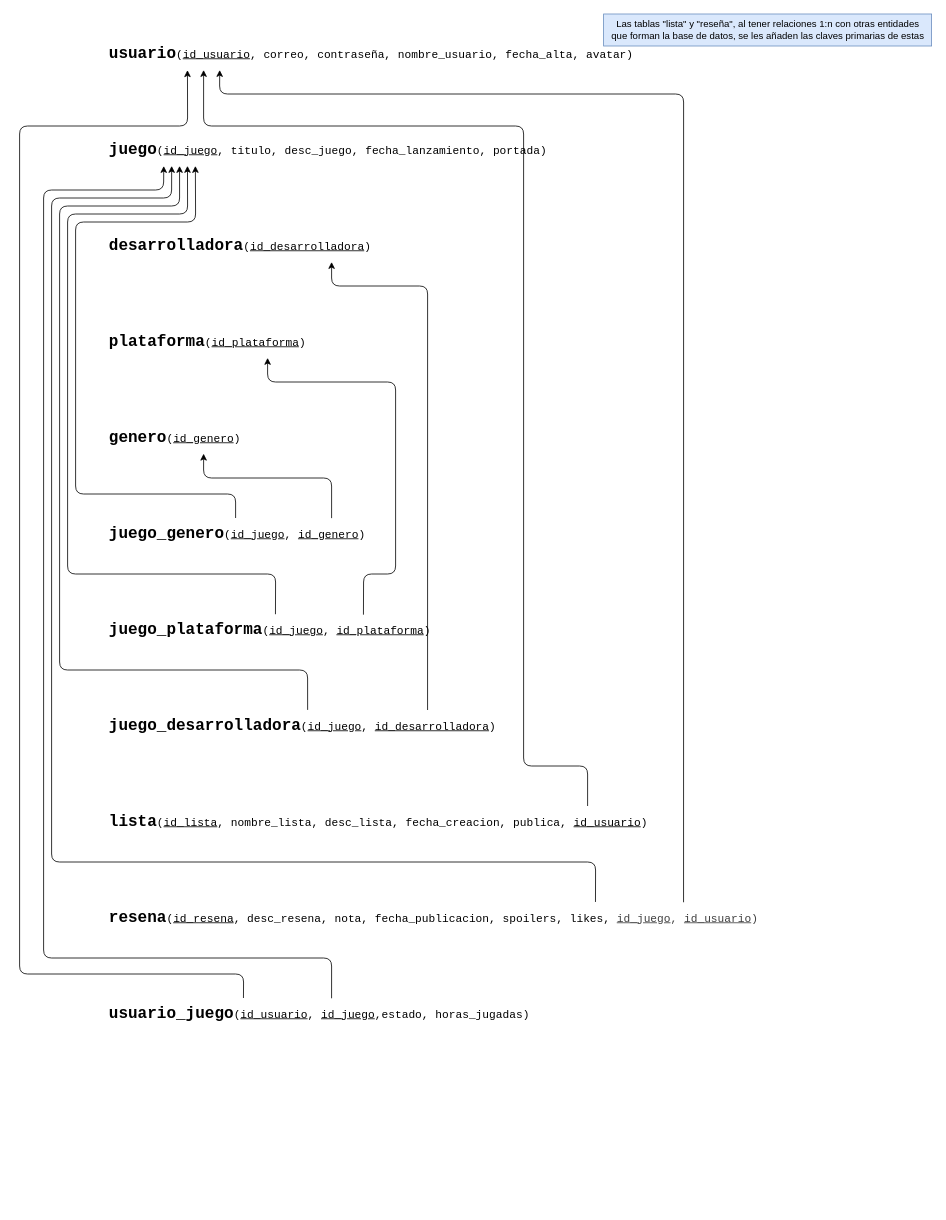
This is docs/tablas.drawio from rodriss11sr/MemoryCard, a draw.io file, before an edit. Source tidied: cells renumbered, new cells numbered last; positions are measured from the earlier drawing's top-left corner, leaving out a move shared by most shapes. Both pictures are drawn from the tidied source at 80%, with x=0, y=0 at pixel (19, 14).
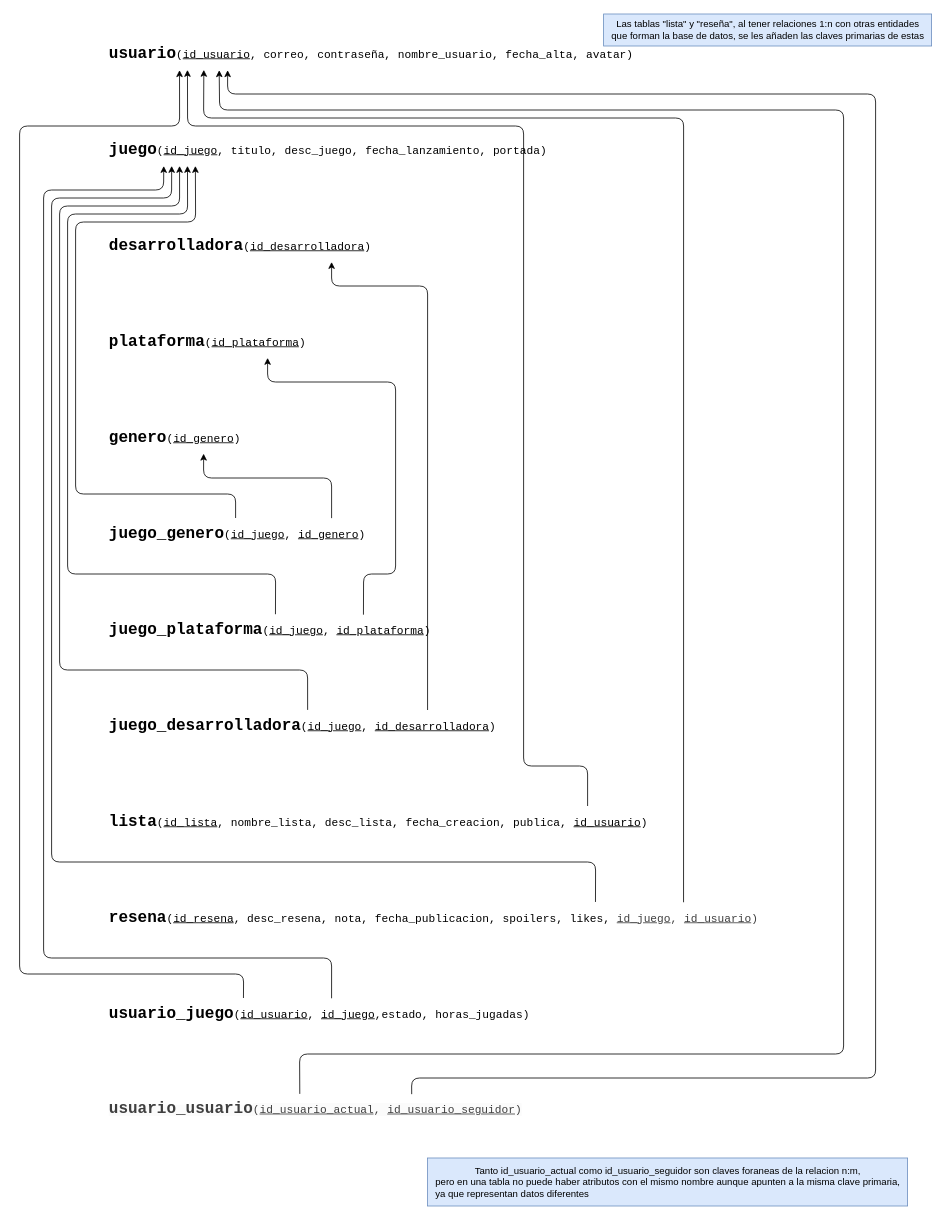
The same page after the edit.

Unchanged cells that the change refers to:
```xml
<mxCell id="2" value="&lt;div style=&quot;font-family: Consolas, &amp;quot;Courier New&amp;quot;, monospace; line-height: 19px; white-space-collapse: preserve;&quot;&gt;&lt;font style=&quot;&quot;&gt;&lt;b style=&quot;&quot;&gt;&lt;font style=&quot;font-size: 20px;&quot;&gt;usuario&lt;/font&gt;&lt;/b&gt;&lt;span style=&quot;font-size: 14px;&quot;&gt;(&lt;/span&gt;&lt;span style=&quot;font-size: 14px;&quot;&gt;&lt;u&gt;id_usuario&lt;/u&gt;&lt;/span&gt;&lt;span style=&quot;font-size: 14px;&quot;&gt;, correo, contraseña, nombre_usuario, fecha_alta, avatar)&lt;/span&gt;&lt;/font&gt;&lt;/div&gt;" style="text;html=1;align=left;verticalAlign=middle;points=[];strokeColor=none;fillColor=none;" parent="1" vertex="1">
  <mxGeometry x="110" y="30" width="620" height="40" as="geometry" />
</mxCell>
<mxCell id="7" value="&lt;div style=&quot;font-family: Consolas, &amp;quot;Courier New&amp;quot;, monospace; line-height: 19px; white-space-collapse: preserve;&quot;&gt;&lt;font style=&quot;&quot;&gt;&lt;b style=&quot;&quot;&gt;&lt;font style=&quot;font-size: 20px;&quot;&gt;resena&lt;/font&gt;&lt;/b&gt;&lt;span style=&quot;font-size: 14px;&quot;&gt;(&lt;u&gt;id_resena&lt;/u&gt;&lt;/span&gt;&lt;span style=&quot;font-size: 14px;&quot;&gt;, desc_resena, nota, fecha_publicacion, spoilers, likes, &lt;/span&gt;&lt;/font&gt;&lt;span style=&quot;background-color: transparent; color: rgb(63, 63, 63); scrollbar-color: rgb(226, 226, 226) rgb(251, 251, 251); font-size: 14px;&quot;&gt;&lt;u&gt;id_juego&lt;/u&gt;&lt;/span&gt;&lt;span style=&quot;background-color: transparent; color: rgb(63, 63, 63); scrollbar-color: rgb(226, 226, 226) rgb(251, 251, 251); font-size: 14px;&quot;&gt;, &lt;u&gt;id_usuario&lt;/u&gt;&lt;/span&gt;&lt;span style=&quot;color: rgb(63, 63, 63); font-size: 14px; background-color: transparent;&quot;&gt;)&lt;/span&gt;&lt;/div&gt;" style="text;html=1;align=left;verticalAlign=middle;points=[];strokeColor=none;fillColor=none;" parent="1" vertex="1">
  <mxGeometry x="110" y="1110" width="770" height="40" as="geometry" />
</mxCell>
<mxCell id="12" value="&lt;div style=&quot;font-family: Consolas, &amp;quot;Courier New&amp;quot;, monospace; line-height: 19px; white-space-collapse: preserve;&quot;&gt;&lt;font style=&quot;&quot;&gt;&lt;b style=&quot;&quot;&gt;&lt;font style=&quot;font-size: 20px;&quot;&gt;usuario_juego&lt;/font&gt;&lt;/b&gt;&lt;span style=&quot;font-size: 14px;&quot;&gt;(&lt;/span&gt;&lt;span style=&quot;font-size: 14px;&quot;&gt;&lt;u&gt;id_usuario&lt;/u&gt;&lt;/span&gt;&lt;span style=&quot;font-size: 14px;&quot;&gt;, &lt;u&gt;id_juego&lt;/u&gt;,estado, horas_jugadas)&lt;/span&gt;&lt;/font&gt;&lt;/div&gt;" style="text;html=1;align=left;verticalAlign=middle;points=[];strokeColor=none;fillColor=none;" parent="1" vertex="1">
  <mxGeometry x="110" y="1230" width="510" height="40" as="geometry" />
</mxCell>
```

What changed in the source:
```diff
@@
-    <mxCell id="16" style="endArrow=classic;html=1;" parent="1" edge="1">
+    <mxCell id="16" style="endArrow=classic;html=1;entryX=0.161;entryY=0.998;entryDx=0;entryDy=0;entryPerimeter=0;" parent="1" edge="1" target="2">
       <mxGeometry relative="1" as="geometry">
         <mxPoint x="710" y="990" as="sourcePoint" />
-        <mxPoint x="230" y="70" as="targetPoint" />
         <Array as="points">
           <mxPoint x="710" y="940" />
           <mxPoint x="630" y="940" />
           <mxPoint x="630" y="140" />
-          <mxPoint x="230" y="140" />
+          <mxPoint x="210" y="140" />
         </Array>
       </mxGeometry>
     </mxCell>
-    <mxCell id="17" style="endArrow=classic;html=1;exitX=0.935;exitY=0.008;exitDx=0;exitDy=0;exitPerimeter=0;entryX=0.226;entryY=1;entryDx=0;entryDy=0;entryPerimeter=0;" parent="1" edge="1" source="7" target="2">
+    <mxCell id="17" style="endArrow=classic;html=1;exitX=0.935;exitY=0.008;exitDx=0;exitDy=0;exitPerimeter=0;entryX=0.194;entryY=0.996;entryDx=0;entryDy=0;entryPerimeter=0;" parent="1" edge="1" source="7" target="2">
       <mxGeometry relative="1" as="geometry">
         <Array as="points">
-          <mxPoint x="830" y="100" />
-          <mxPoint x="250" y="100" />
+          <mxPoint x="830" y="130" />
+          <mxPoint x="230" y="130" />
         </Array>
       </mxGeometry>
     </mxCell>
@@
-    <mxCell id="23" style="endArrow=classic;html=1;entryX=0.161;entryY=1.005;entryDx=0;entryDy=0;entryPerimeter=0;exitX=0.333;exitY=0;exitDx=0;exitDy=0;exitPerimeter=0;" parent="1" edge="1" source="12" target="2">
+    <mxCell id="23" style="endArrow=classic;html=1;entryX=0.145;entryY=1.005;entryDx=0;entryDy=0;entryPerimeter=0;exitX=0.333;exitY=0;exitDx=0;exitDy=0;exitPerimeter=0;" parent="1" edge="1" source="12" target="2">
       <mxGeometry relative="1" as="geometry">
         <Array as="points">
           <mxPoint x="280" y="1200" />
           <mxPoint y="1200" />
           <mxPoint y="140" />
-          <mxPoint x="210" y="140" />
+          <mxPoint x="200" y="140" />
         </Array>
       </mxGeometry>
     </mxCell>
@@
+    <mxCell id="25" value="&lt;b style=&quot;forced-color-adjust: none; color: rgb(63, 63, 63); scrollbar-color: rgb(226, 226, 226) rgb(251, 251, 251); font-family: Consolas, &amp;quot;Courier New&amp;quot;, monospace; font-size: 12px; font-style: normal; font-variant-ligatures: normal; font-variant-caps: normal; letter-spacing: normal; orphans: 2; text-align: left; text-indent: 0px; text-transform: none; widows: 2; word-spacing: 0px; -webkit-text-stroke-width: 0px; white-space: pre; background-color: rgb(251, 251, 251); text-decoration-thickness: initial; text-decoration-style: initial; text-decoration-color: initial;&quot;&gt;&lt;font style=&quot;forced-color-adjust: none; color: rgb(63, 63, 63); scrollbar-color: rgb(226, 226, 226) rgb(251, 251, 251); font-size: 20px;&quot;&gt;usuario_usuario&lt;/font&gt;&lt;/b&gt;&lt;span style=&quot;forced-color-adjust: none; color: rgb(63, 63, 63); scrollbar-color: rgb(226, 226, 226) rgb(251, 251, 251); font-family: Consolas, &amp;quot;Courier New&amp;quot;, monospace; font-style: normal; font-variant-ligatures: normal; font-variant-caps: normal; font-weight: 400; letter-spacing: normal; orphans: 2; text-align: left; text-indent: 0px; text-transform: none; widows: 2; word-spacing: 0px; -webkit-text-stroke-width: 0px; white-space: pre; background-color: rgb(251, 251, 251); text-decoration-thickness: initial; text-decoration-style: initial; text-decoration-color: initial; font-size: 14px;&quot;&gt;(&lt;/span&gt;&lt;span style=&quot;forced-color-adjust: none; color: rgb(63, 63, 63); scrollbar-color: rgb(226, 226, 226) rgb(251, 251, 251); font-family: Consolas, &amp;quot;Courier New&amp;quot;, monospace; font-style: normal; font-variant-ligatures: normal; font-variant-caps: normal; font-weight: 400; letter-spacing: normal; orphans: 2; text-align: left; text-indent: 0px; text-transform: none; widows: 2; word-spacing: 0px; -webkit-text-stroke-width: 0px; white-space: pre; background-color: rgb(251, 251, 251); text-decoration-thickness: initial; text-decoration-style: initial; text-decoration-color: initial; font-size: 14px;&quot;&gt;&lt;u style=&quot;forced-color-adjust: none; color: rgb(63, 63, 63); scrollbar-color: rgb(226, 226, 226) rgb(251, 251, 251);&quot;&gt;id_usuario_actual&lt;/u&gt;&lt;/span&gt;&lt;span style=&quot;forced-color-adjust: none; color: rgb(63, 63, 63); scrollbar-color: rgb(226, 226, 226) rgb(251, 251, 251); font-family: Consolas, &amp;quot;Courier New&amp;quot;, monospace; font-style: normal; font-variant-ligatures: normal; font-variant-caps: normal; font-weight: 400; letter-spacing: normal; orphans: 2; text-align: left; text-indent: 0px; text-transform: none; widows: 2; word-spacing: 0px; -webkit-text-stroke-width: 0px; white-space: pre; background-color: rgb(251, 251, 251); text-decoration-thickness: initial; text-decoration-style: initial; text-decoration-color: initial; font-size: 14px;&quot;&gt;, &lt;u style=&quot;forced-color-adjust: none; color: rgb(63, 63, 63); scrollbar-color: rgb(226, 226, 226) rgb(251, 251, 251);&quot;&gt;id_usuario_seguidor&lt;/u&gt;)&lt;/span&gt;" style="text;whiteSpace=wrap;html=1;" parent="1" vertex="1">
+      <mxGeometry x="110" y="1350" width="520" height="50" as="geometry" />
+    </mxCell>
+    <mxCell id="26" value="Tanto id_usuario_actual como id_usuario_seguidor son claves foraneas de la relacion n:m,&lt;div&gt;pero en una tabla no puede haber atributos con el mismo nombre aunque apunten a la misma clave primaria,&lt;/div&gt;&lt;div style=&quot;text-align: left;&quot;&gt;ya que representan datos diferentes&lt;/div&gt;" style="text;html=1;align=center;verticalAlign=middle;strokeColor=#6c8ebf;fillColor=#dae8fc;" parent="1" vertex="1">
+      <mxGeometry x="510" y="1430" width="600" height="60" as="geometry" />
+    </mxCell>
+    <mxCell id="27" style="endArrow=classic;html=1;entryX=0.225;entryY=1.007;entryDx=0;entryDy=0;entryPerimeter=0;exitX=0.462;exitY=-0.003;exitDx=0;exitDy=0;exitPerimeter=0;" parent="1" edge="1" source="25" target="2">
+      <mxGeometry relative="1" as="geometry">
+        <Array as="points">
+          <mxPoint x="350" y="1300" />
+          <mxPoint x="1030" y="1300" />
+          <mxPoint x="1030" y="120" />
+          <mxPoint x="250" y="120" />
+        </Array>
+      </mxGeometry>
+    </mxCell>
+    <mxCell id="28" style="endArrow=classic;html=1;entryX=0.242;entryY=1.007;entryDx=0;entryDy=0;entryPerimeter=0;exitX=0.731;exitY=0.004;exitDx=0;exitDy=0;exitPerimeter=0;" parent="1" edge="1" source="25" target="2">
+      <mxGeometry relative="1" as="geometry">
+        <Array as="points">
+          <mxPoint x="490" y="1330" />
+          <mxPoint x="1070" y="1330" />
+          <mxPoint x="1070" y="100" />
+          <mxPoint x="260" y="100" />
+        </Array>
+      </mxGeometry>
+    </mxCell>
```
